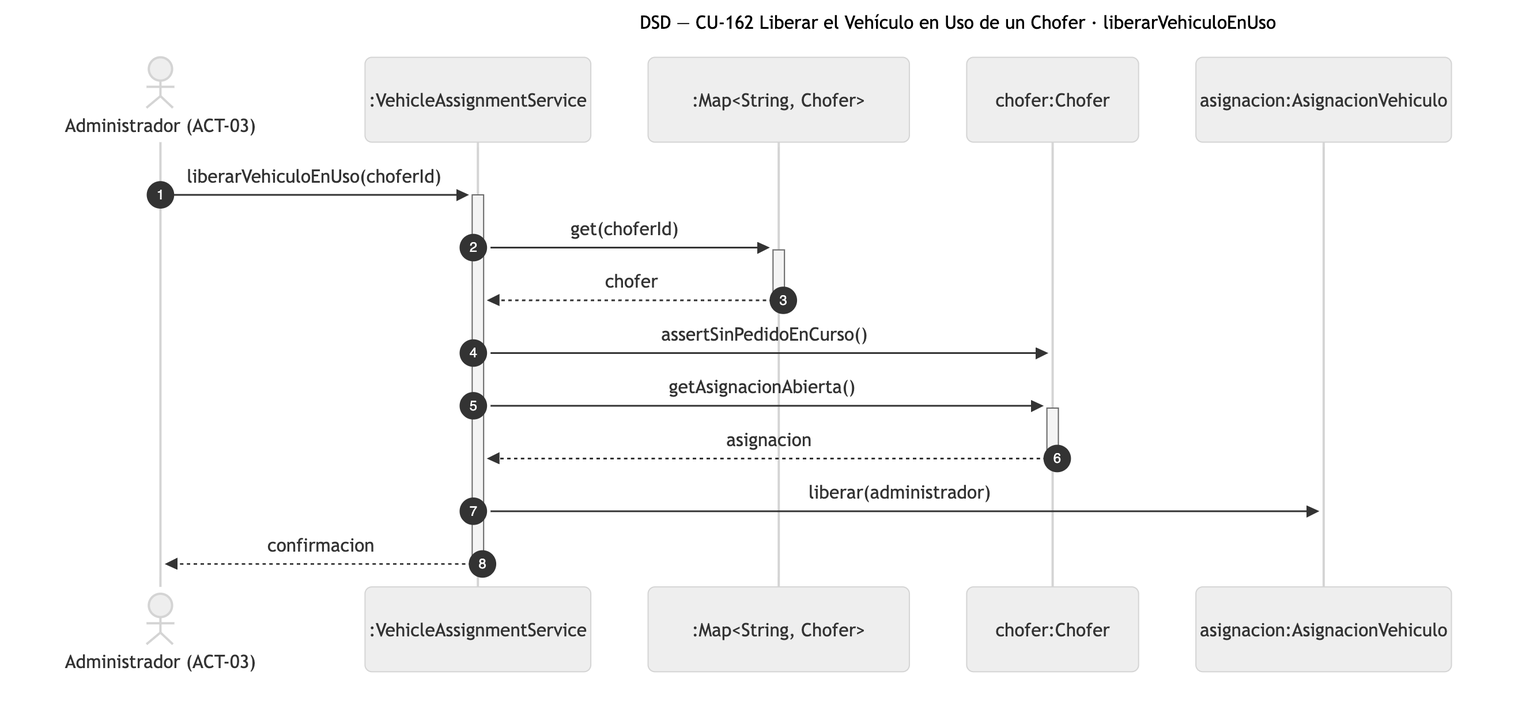
The Mermaid diagram diagramas/png/DSD_CU-162_liberarVehiculoEnUso.png in Nahuelito-Dev/splg-docs, before a commit. Its source is kept beside it as diagramas/DSD_CU-162_liberarVehiculoEnUso.mmd. The source it was exported from:
```mermaid
sequenceDiagram
    title DSD — CU-162 Liberar el Vehículo en Uso de un Chofer · liberarVehiculoEnUso
    autonumber
    actor ADM as Administrador (ACT-03)
    participant SRV as :VehicleAssignmentService
    participant COL as :Map#lt;String, Chofer#gt;
    participant CHO as chofer:Chofer
    participant ASG as asignacion:AsignacionVehiculo

    ADM->>+SRV: liberarVehiculoEnUso(choferId)
    SRV->>+COL: get(choferId)
    COL-->>-SRV: chofer
    SRV->>CHO: assertSinPedidoEnCurso()
    SRV->>+CHO: getAsignacionAbierta()
    CHO-->>-SRV: asignacion
    SRV->>ASG: liberar(administrador)
    SRV-->>-ADM: confirmacion
```
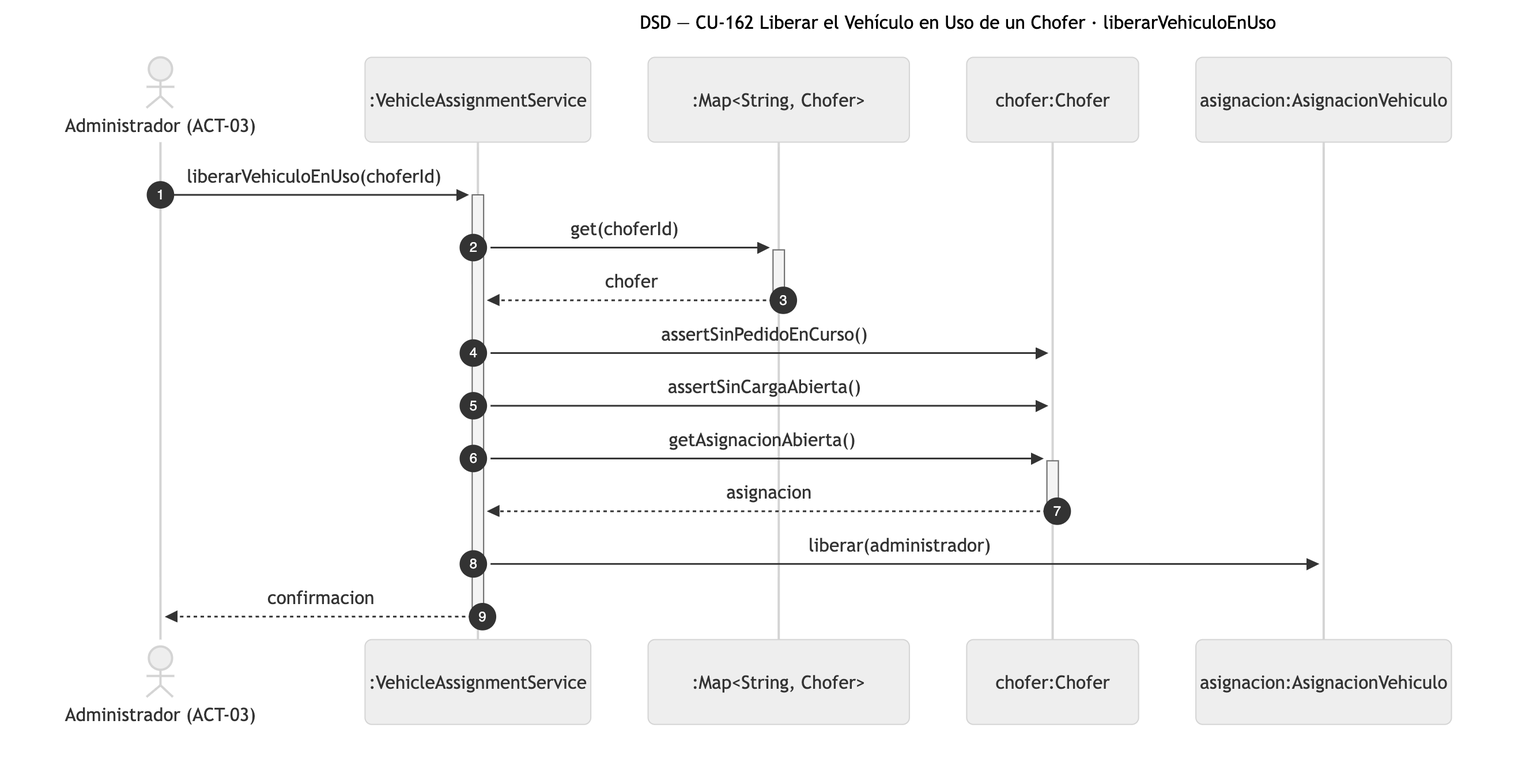
The same file after the commit.

Diff of the diagram source:
```diff
@@ -11,6 +11,7 @@
     SRV->>+COL: get(choferId)
     COL-->>-SRV: chofer
     SRV->>CHO: assertSinPedidoEnCurso()
+    SRV->>CHO: assertSinCargaAbierta()
     SRV->>+CHO: getAsignacionAbierta()
     CHO-->>-SRV: asignacion
     SRV->>ASG: liberar(administrador)
```
